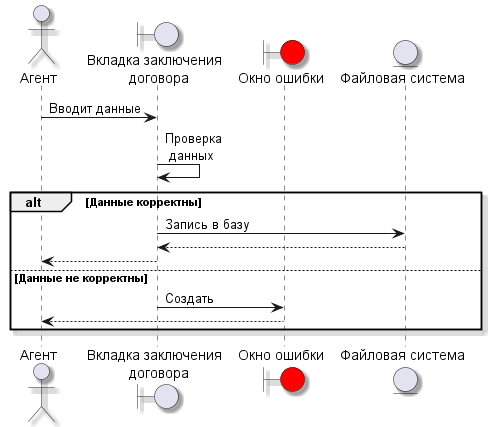
This is out/Resource/Диаграммы последовательности/Заключение договора.png from MiFit1/OSOGO, a PlantUML export, as it was before one commit.
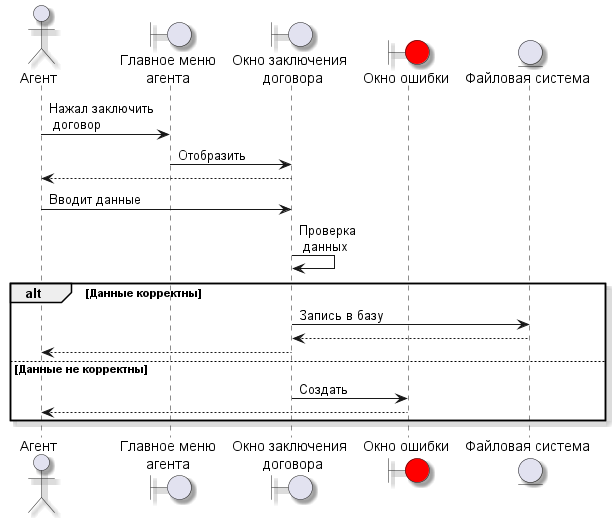
The same diagram one commit later.

The edit, as a diff of the source:
```diff
@@ -1,11 +1,15 @@
 @startuml
 skinparam Shadowing true
 actor "Агент" as agent
-boundary "Вкладка заключения\n  договора" as contractWindow
+boundary "Главное меню\nагента" as mainMenuAg
+boundary "Окно заключения\n  договора" as contractWindow
 boundary "Окно ошибки" as errorWindow #Red
 
 entity "Файловая система" as fs
 
+agent -> mainMenuAg:Нажал заключить\n договор
+mainMenuAg -> contractWindow:Отобразить
+contractWindow --> agent
 agent -> contractWindow : Вводит данные
 contractWindow -> contractWindow : Проверка\n данных
 
```
